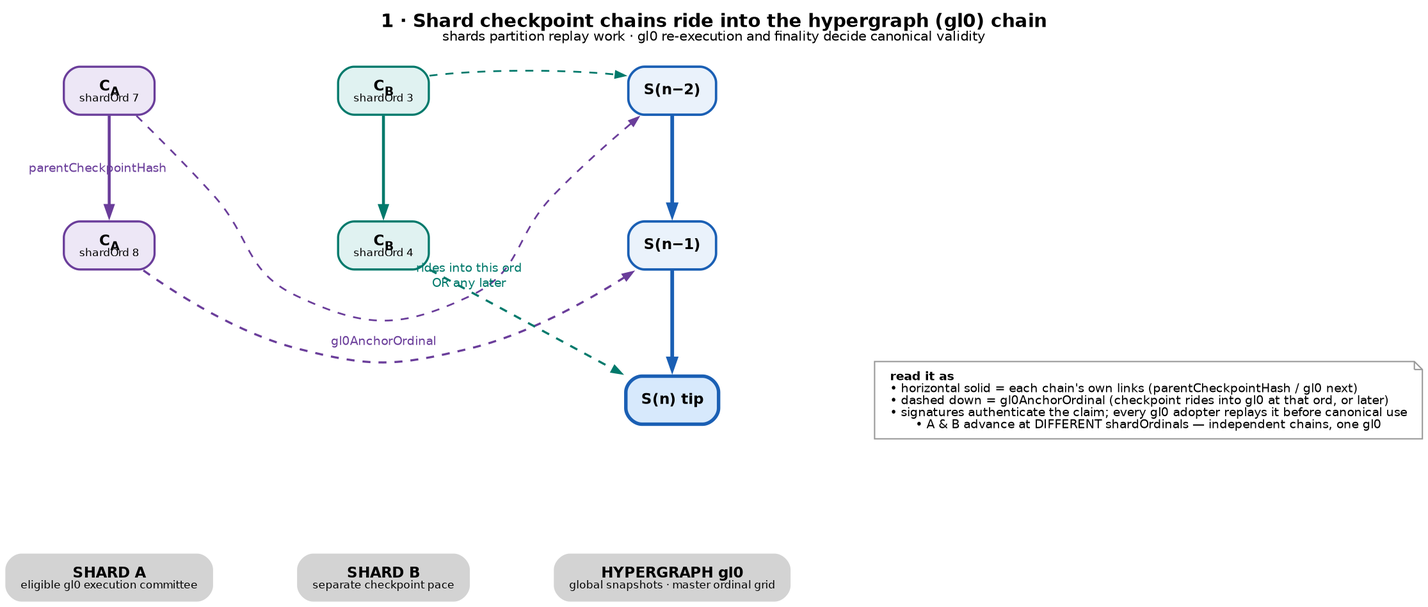
Before: docs/nakamoto/diagrams/1-shard-to-hypergraph.png, a diagram exported from Graphviz (ottobot-ai/tessellation). Its source is kept beside it as docs/nakamoto/diagrams/1-shard-to-hypergraph.dot.
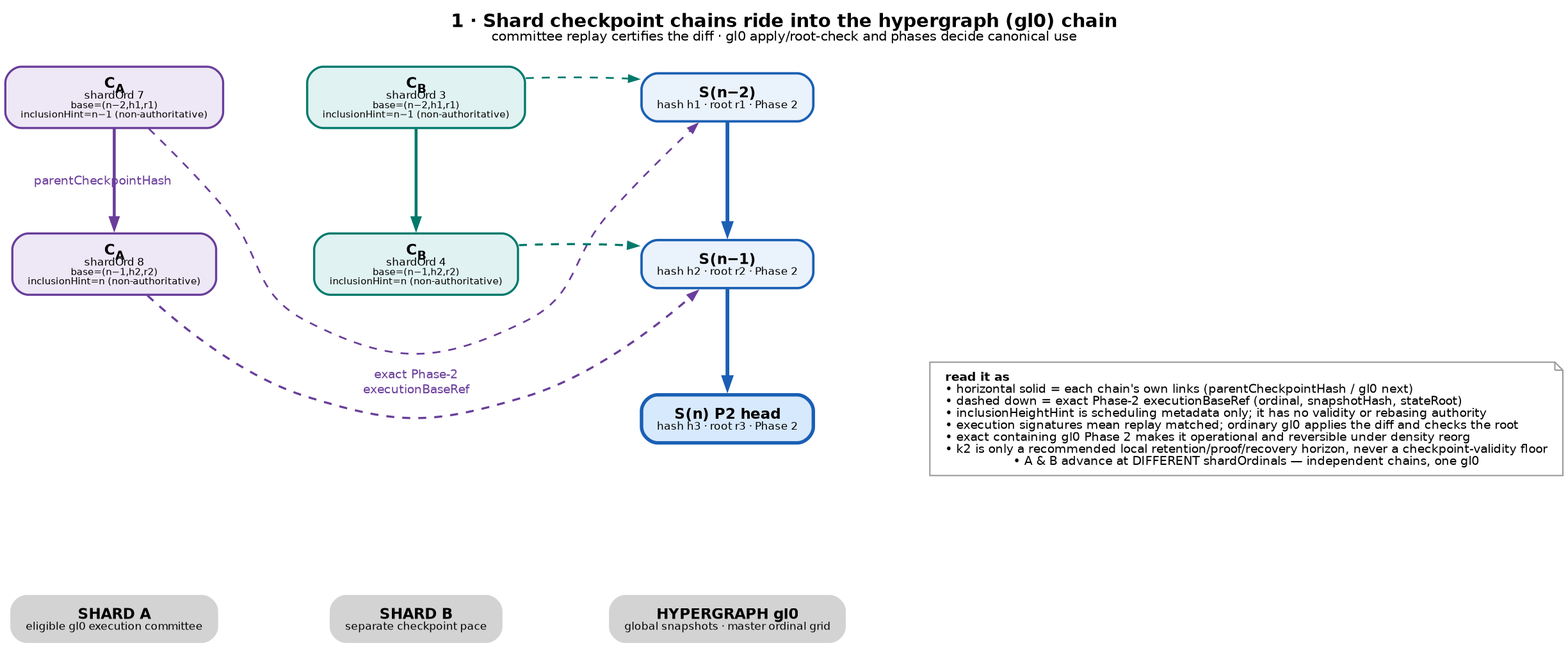
The same file after the commit.

What changed in the source:
```diff
@@ -5,24 +5,24 @@
   node [shape=box, style="rounded,filled", fontname="Helvetica", fontsize=11, margin="0.16,0.09"];
   edge [fontname="Helvetica", fontsize=9, arrowsize=0.8];
   graph [fontname="Helvetica", labelloc=t, fontsize=14,
-    label=<<B>1 &middot; Shard checkpoint chains ride into the hypergraph (gl0) chain</B><BR/><FONT POINT-SIZE="10">shards partition replay work &middot; gl0 re-execution and finality decide canonical validity</FONT><BR/> >];
+    label=<<B>1 &middot; Shard checkpoint chains ride into the hypergraph (gl0) chain</B><BR/><FONT POINT-SIZE="10">committee replay certifies the diff &middot; gl0 apply/root-check and phases decide canonical use</FONT><BR/> >];
 
   tagA [shape=plaintext, label=<<B>SHARD&nbsp;A</B><BR/><FONT POINT-SIZE="8">eligible gl0 execution committee</FONT>>];
-  CA1  [label=<<B>C<SUB>A</SUB></B><BR/><FONT POINT-SIZE="8">shardOrd&nbsp;7</FONT>>, fillcolor="#EDE7F6", color="#6A3D9A", penwidth=1.6];
-  CA2  [label=<<B>C<SUB>A</SUB></B><BR/><FONT POINT-SIZE="8">shardOrd&nbsp;8</FONT>>, fillcolor="#EDE7F6", color="#6A3D9A", penwidth=1.6];
+  CA1  [label=<<B>C<SUB>A</SUB></B><BR/><FONT POINT-SIZE="8">shardOrd&nbsp;7</FONT><BR/><FONT POINT-SIZE="7">base=(n&minus;2,h1,r1)<BR/>inclusionHint=n&minus;1 (non-authoritative)</FONT>>, fillcolor="#EDE7F6", color="#6A3D9A", penwidth=1.6];
+  CA2  [label=<<B>C<SUB>A</SUB></B><BR/><FONT POINT-SIZE="8">shardOrd&nbsp;8</FONT><BR/><FONT POINT-SIZE="7">base=(n&minus;1,h2,r2)<BR/>inclusionHint=n (non-authoritative)</FONT>>, fillcolor="#EDE7F6", color="#6A3D9A", penwidth=1.6];
   { rank=same; tagA; CA1; CA2; }
   CA1 -> CA2 [color="#6A3D9A", penwidth=2.2, label="parentCheckpointHash", fontcolor="#6A3D9A"];
 
   tagB [shape=plaintext, label=<<B>SHARD&nbsp;B</B><BR/><FONT POINT-SIZE="8">separate checkpoint pace</FONT>>];
-  CB1  [label=<<B>C<SUB>B</SUB></B><BR/><FONT POINT-SIZE="8">shardOrd&nbsp;3</FONT>>, fillcolor="#E0F2F1", color="#00796B", penwidth=1.6];
-  CB2  [label=<<B>C<SUB>B</SUB></B><BR/><FONT POINT-SIZE="8">shardOrd&nbsp;4</FONT>>, fillcolor="#E0F2F1", color="#00796B", penwidth=1.6];
+  CB1  [label=<<B>C<SUB>B</SUB></B><BR/><FONT POINT-SIZE="8">shardOrd&nbsp;3</FONT><BR/><FONT POINT-SIZE="7">base=(n&minus;2,h1,r1)<BR/>inclusionHint=n&minus;1 (non-authoritative)</FONT>>, fillcolor="#E0F2F1", color="#00796B", penwidth=1.6];
+  CB2  [label=<<B>C<SUB>B</SUB></B><BR/><FONT POINT-SIZE="8">shardOrd&nbsp;4</FONT><BR/><FONT POINT-SIZE="7">base=(n&minus;1,h2,r2)<BR/>inclusionHint=n (non-authoritative)</FONT>>, fillcolor="#E0F2F1", color="#00796B", penwidth=1.6];
   { rank=same; tagB; CB1; CB2; }
   CB1 -> CB2 [color="#00796B", penwidth=2.2];
 
   tagG [shape=plaintext, label=<<B>HYPERGRAPH&nbsp;gl0</B><BR/><FONT POINT-SIZE="8">global snapshots &middot; master ordinal grid</FONT>>];
-  S1   [label=<<B>S(n&minus;2)</B>>, fillcolor="#EAF2FB", color="#1a5fb4", penwidth=1.8];
-  S2   [label=<<B>S(n&minus;1)</B>>, fillcolor="#EAF2FB", color="#1a5fb4", penwidth=1.8];
-  S3   [label=<<B>S(n)&nbsp;tip</B>>, fillcolor="#D7E9FC", color="#1a5fb4", penwidth=2.6];
+  S1   [label=<<B>S(n&minus;2)</B><BR/><FONT POINT-SIZE="8">hash h1 &middot; root r1 &middot; Phase 2</FONT>>, fillcolor="#EAF2FB", color="#1a5fb4", penwidth=1.8];
+  S2   [label=<<B>S(n&minus;1)</B><BR/><FONT POINT-SIZE="8">hash h2 &middot; root r2 &middot; Phase 2</FONT>>, fillcolor="#EAF2FB", color="#1a5fb4", penwidth=1.8];
+  S3   [label=<<B>S(n)&nbsp;P2 head</B><BR/><FONT POINT-SIZE="8">hash h3 &middot; root r3 &middot; Phase 2</FONT>>, fillcolor="#D7E9FC", color="#1a5fb4", penwidth=2.6];
   { rank=same; tagG; S1; S2; S3; }
   S1 -> S2 -> S3 [color="#1a5fb4", penwidth=2.8];
 
@@ -32,12 +32,11 @@
 
   CA1 -> S1 [constraint=false, style=dashed, color="#6A3D9A", penwidth=1.3, arrowsize=0.7];
   CA2 -> S2 [constraint=false, style=dashed, color="#6A3D9A", penwidth=1.6, arrowsize=0.7,
-             label="gl0AnchorOrdinal", fontcolor="#6A3D9A"];
+             label="exact Phase-2\nexecutionBaseRef", fontcolor="#6A3D9A"];
   CB1 -> S1 [constraint=false, style=dashed, color="#00796B", penwidth=1.3, arrowsize=0.7];
-  CB2 -> S3 [constraint=false, style=dashed, color="#00796B", penwidth=1.6, arrowsize=0.7,
-             taillabel="rides into this ord\nOR any later", labelangle=20, labeldistance=3.0, fontcolor="#00796B"];
+  CB2 -> S2 [constraint=false, style=dashed, color="#00796B", penwidth=1.6, arrowsize=0.7];
 
   Legend [shape=note, style=filled, fillcolor="#FFFFFF", color="#999999", fontsize=9,
-    label=<<B>read it as</B><BR ALIGN="LEFT"/>&bull; horizontal solid = each chain's own links (parentCheckpointHash / gl0 next)<BR ALIGN="LEFT"/>&bull; dashed down = gl0AnchorOrdinal (checkpoint rides into gl0 at that ord, or later)<BR ALIGN="LEFT"/>&bull; signatures authenticate the claim; every gl0 adopter replays it before canonical use<BR ALIGN="LEFT"/>&bull; A &amp; B advance at DIFFERENT shardOrdinals &mdash; independent chains, one gl0>];
+    label=<<B>read it as</B><BR ALIGN="LEFT"/>&bull; horizontal solid = each chain's own links (parentCheckpointHash / gl0 next)<BR ALIGN="LEFT"/>&bull; dashed down = exact Phase-2 executionBaseRef (ordinal, snapshotHash, stateRoot)<BR ALIGN="LEFT"/>&bull; inclusionHeightHint is scheduling metadata only; it has no validity or rebasing authority<BR ALIGN="LEFT"/>&bull; execution signatures mean replay matched; ordinary gl0 applies the diff and checks the root<BR ALIGN="LEFT"/>&bull; exact containing gl0 Phase 2 makes it operational and reversible under density reorg<BR ALIGN="LEFT"/>&bull; k2 is only a recommended local retention/proof/recovery horizon, never a checkpoint-validity floor<BR ALIGN="LEFT"/>&bull; A &amp; B advance at DIFFERENT shardOrdinals &mdash; independent chains, one gl0>];
   S3 -> Legend [style=invis];
 }
```
